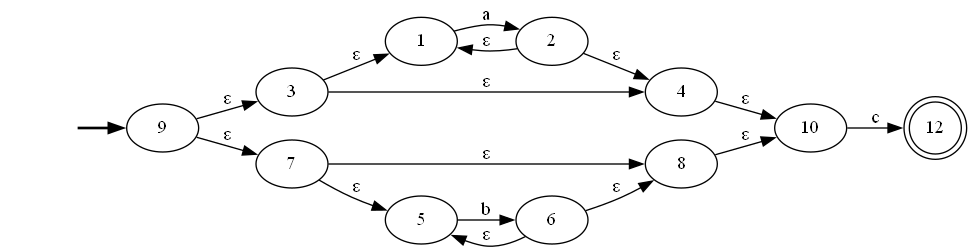
bar20807/CompiladorProyect keeps this Graphviz diagram as Pre-laboratorio B/AFN#1PreLabB.gv.png. Above is the earlier version. Its source is kept beside it as Pre-laboratorio B/AFN#1PreLabB.gv.
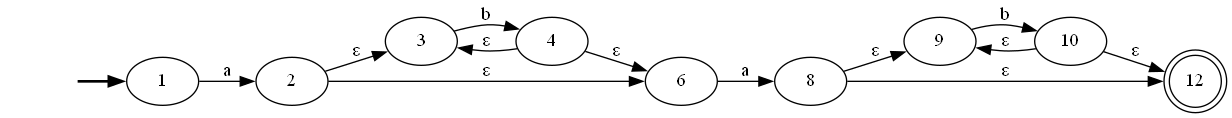
Above is the later version.

What changed in the source:
```diff
@@ -1,41 +1,34 @@
 digraph "AFN#1PreLabB" {
 	graph [rankdir=LR]
 	fake [style=invisible]
-	fake -> 9 [style=bold]
-	9 [root=true]
-	3
-	9 -> 3 [label="ε"]
-	7
-	9 -> 7 [label="ε"]
-	3
-	1
-	3 -> 1 [label="ε"]
-	4
-	3 -> 4 [label="ε"]
-	7
-	8
-	7 -> 8 [label="ε"]
-	5
-	7 -> 5 [label="ε"]
-	1
+	fake -> 1 [style=bold]
+	1 [root=true]
 	2
 	1 -> 2 [label=a]
+	2
+	3
+	2 -> 3 [label="ε"]
+	6
+	2 -> 6 [label="ε"]
+	3
 	4
+	3 -> 4 [label=b]
+	6
+	8
+	6 -> 8 [label=a]
+	4
+	4 -> 3 [label="ε"]
+	4 -> 6 [label="ε"]
+	8
+	9
+	8 -> 9 [label="ε"]
+	12 [shape=doublecircle]
+	8 -> 12 [label="ε"]
+	9
 	10
-	4 -> 10 [label="ε"]
-	8
-	8 -> 10 [label="ε"]
-	5
-	6
-	5 -> 6 [label=b]
-	2
-	2 -> 1 [label="ε"]
-	2 -> 4 [label="ε"]
+	9 -> 10 [label=b]
+	12 [shape=doublecircle]
 	10
-	12 [shape=doublecircle]
-	10 -> 12 [label=c]
-	6
-	6 -> 8 [label="ε"]
-	6 -> 5 [label="ε"]
-	12 [shape=doublecircle]
+	10 -> 9 [label="ε"]
+	10 -> 12 [label="ε"]
 }
```
